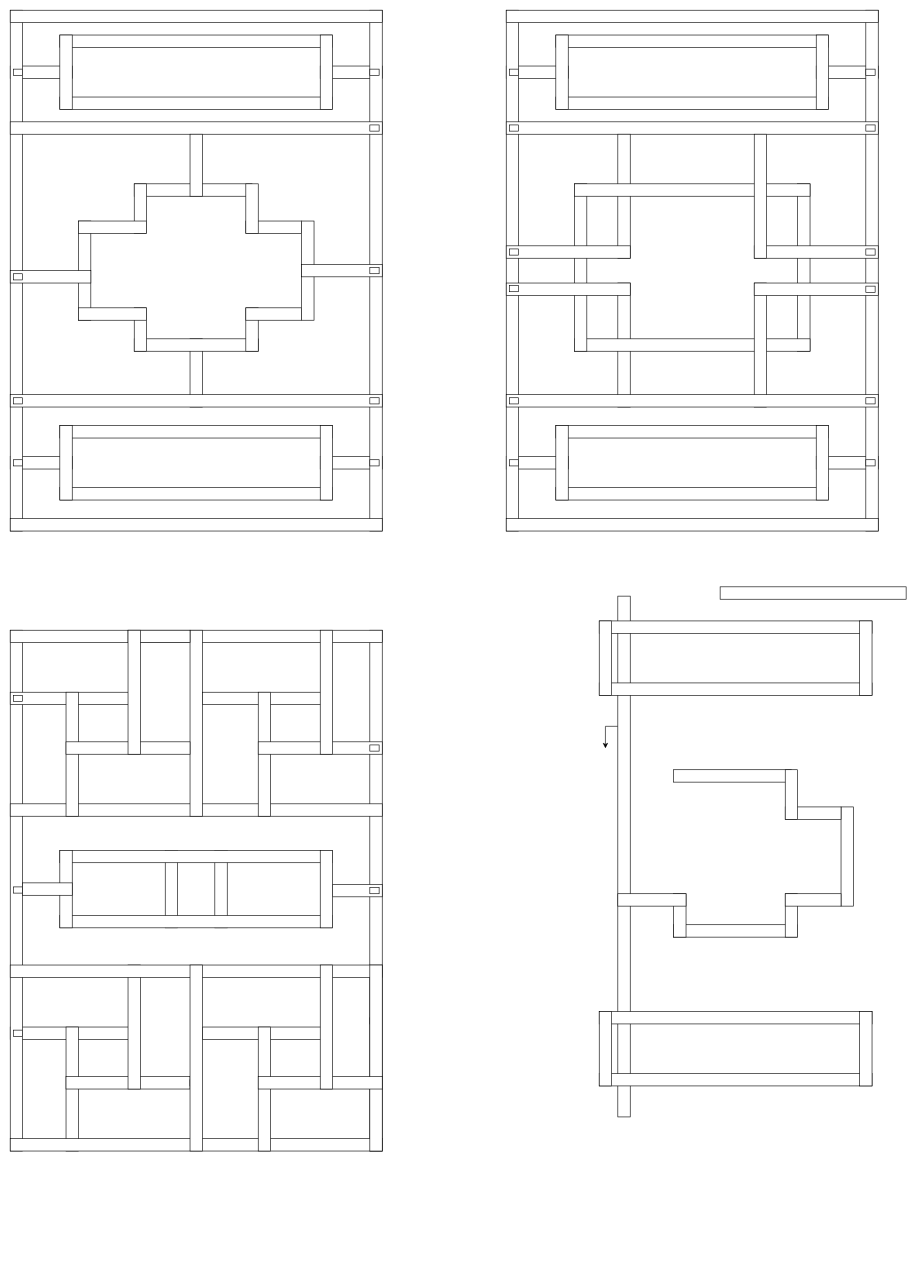
The draw.io diagram 未命名绘图.drawio in mslsoftware/jsmth, before the edit. Source tidied: cells renumbered, new cells numbered last; positions are measured from the earlier drawing's top-left corner, leaving out a move shared by most shapes. Both pictures are drawn from the tidied source at 62%, with x=0, y=0 at pixel (10, 10).
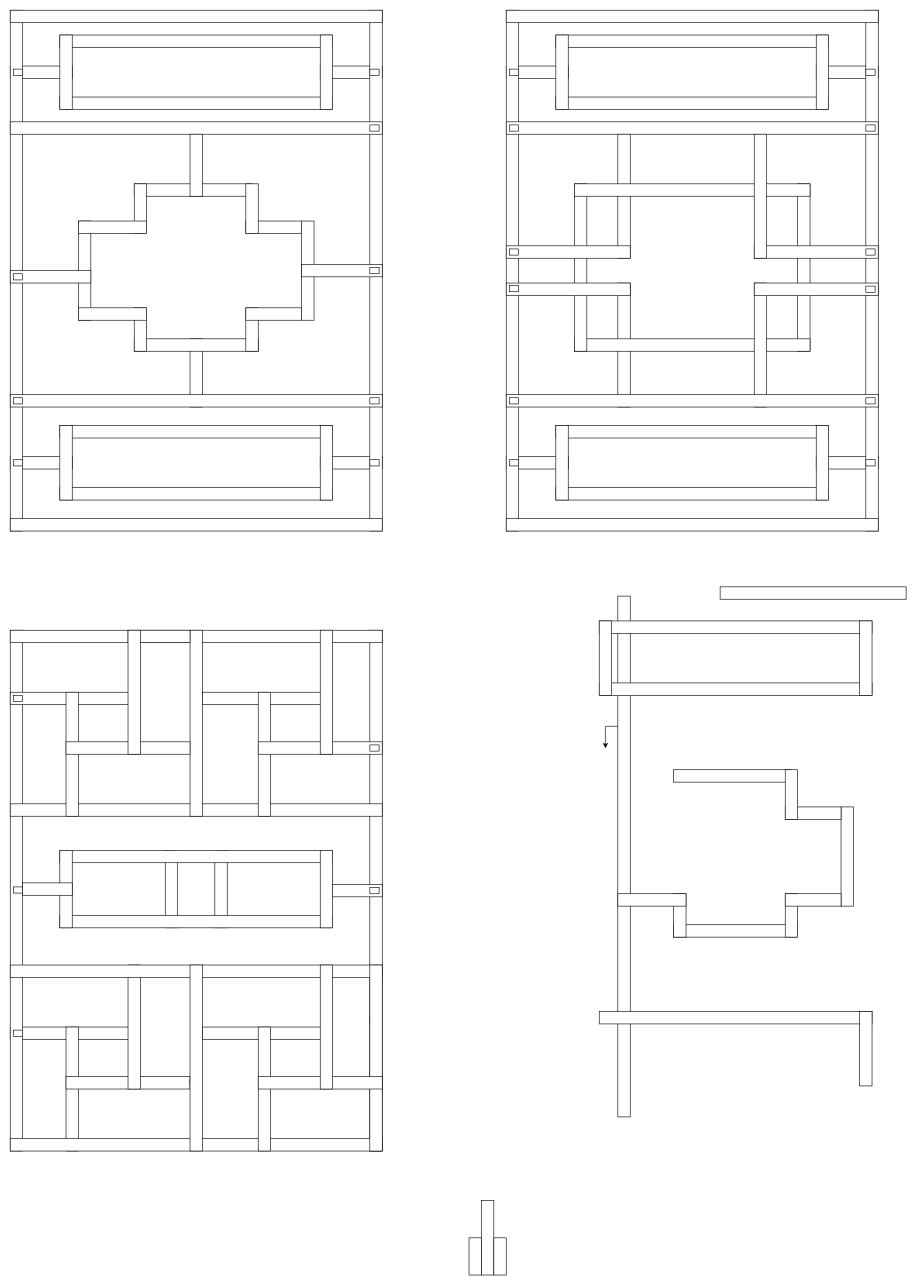
After the change.

Diff of the diagram source:
```diff
@@
-    <mxCell id="115" style="rounded=0;whiteSpace=wrap;html=1;" parent="1" vertex="1">
-      <mxGeometry x="950" y="1715" width="440" height="20" as="geometry" />
-    </mxCell>
     <mxCell id="116" style="rounded=0;whiteSpace=wrap;html=1;" parent="1" vertex="1">
-      <mxGeometry x="950" y="1615" width="20" height="120" as="geometry" />
+      <mxGeometry x="760" y="1920" width="20" height="120" as="geometry" />
     </mxCell>
@@
+    <mxCell id="154" style="rounded=0;whiteSpace=wrap;html=1;" parent="1" vertex="1">
+      <mxGeometry x="780" y="1980" width="20" height="60" as="geometry" />
+    </mxCell>
+    <mxCell id="155" style="rounded=0;whiteSpace=wrap;html=1;" parent="1" vertex="1">
+      <mxGeometry x="740" y="1980" width="20" height="60" as="geometry" />
+    </mxCell>
```
